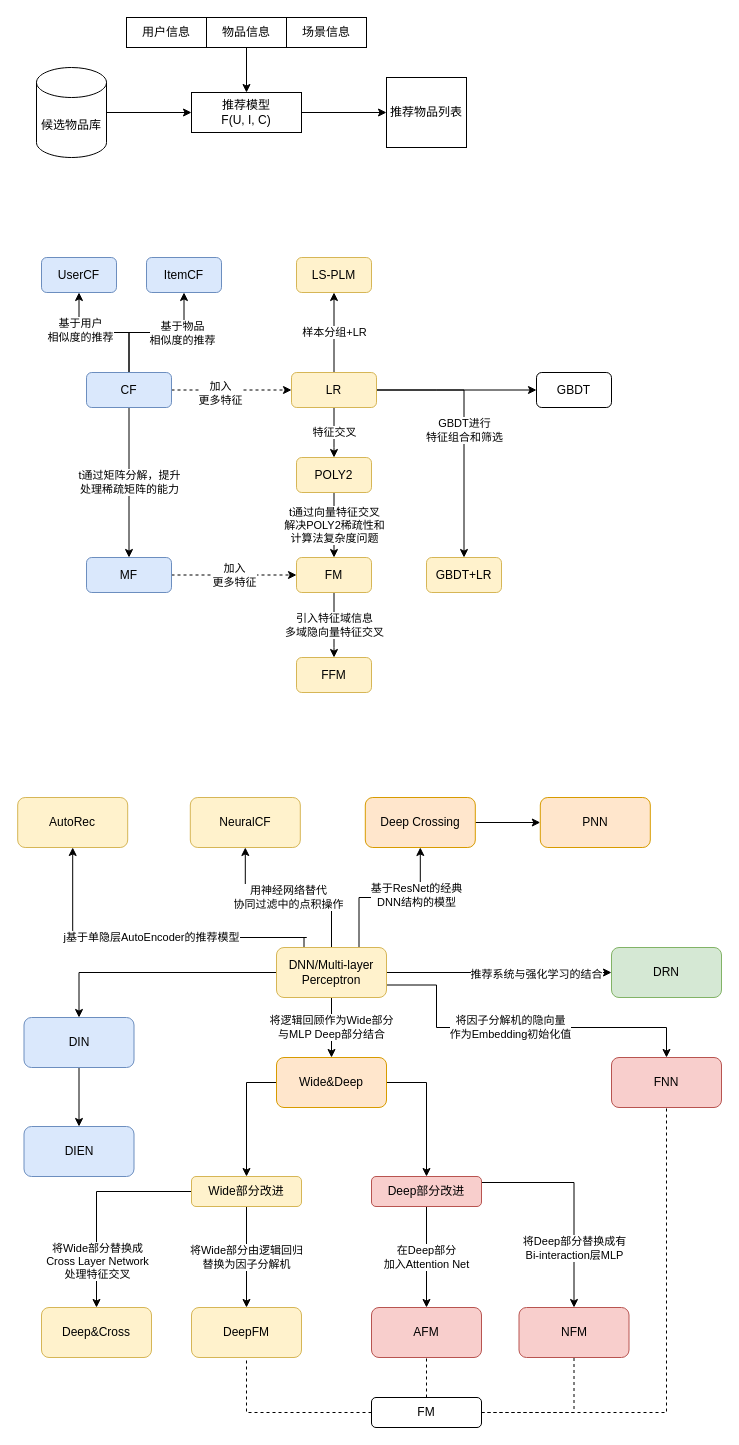
Before: Reco/xmind/deep-recommend.drawio in onlyonion/melon, a draw.io diagram. Source tidied: cells renumbered, new cells numbered last; positions are measured from the earlier drawing's top-left corner, leaving out a move shared by most shapes. Both pictures are drawn from the tidied source at 100%, with x=0, y=0 at pixel (17, 17).
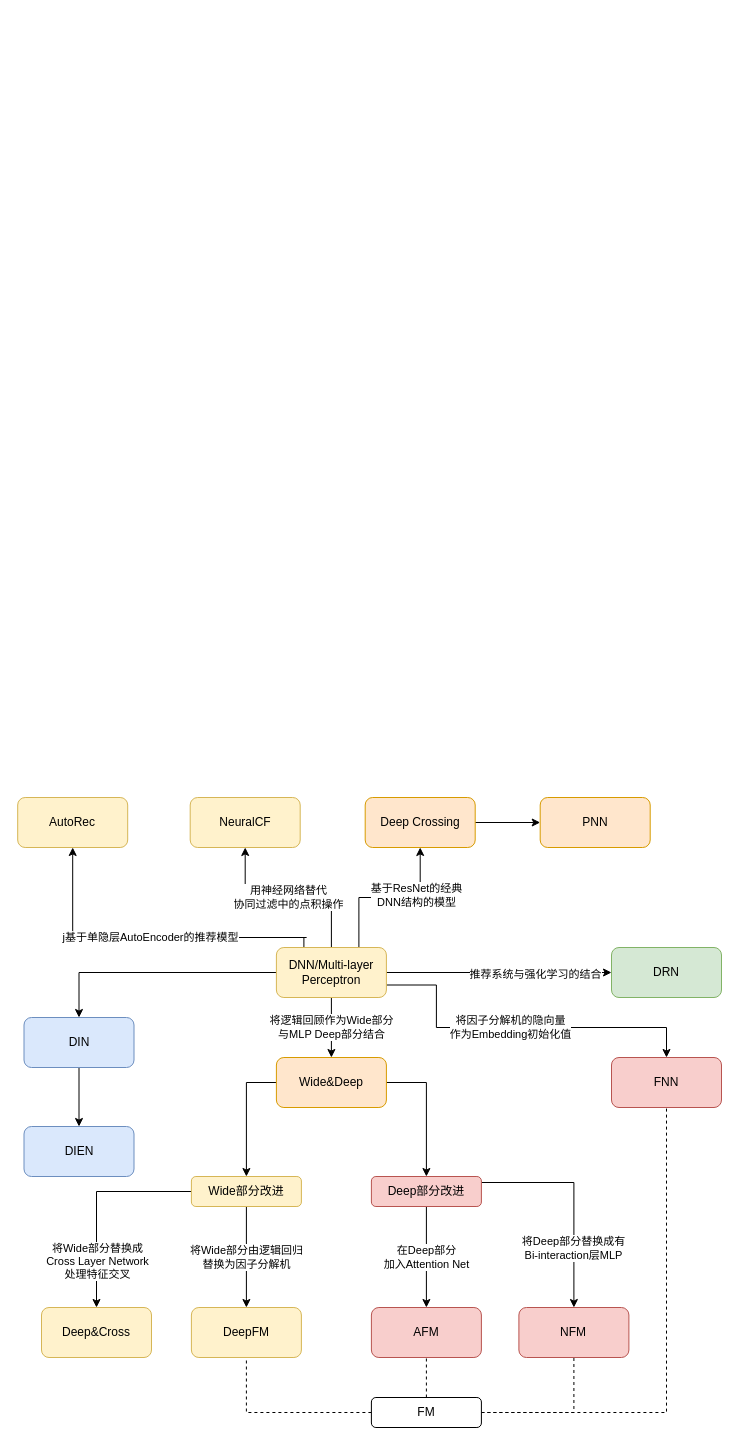
After the change.

The change refers to these unchanged cells:
```xml
<mxCell id="47" value="AutoRec" style="rounded=1;whiteSpace=wrap;html=1;fillColor=#fff2cc;strokeColor=#d6b656;" parent="1" vertex="1">
  <mxGeometry x="0.2" y="780" width="110" height="50" as="geometry" />
</mxCell>
<mxCell id="66" value="FNN" style="rounded=1;whiteSpace=wrap;html=1;fillColor=#f8cecc;strokeColor=#b85450;" parent="1" vertex="1">
  <mxGeometry x="594" y="1040" width="110" height="50" as="geometry" />
</mxCell>
```

Change to the diagram source:
```diff
@@
-    <mxCell id="2" value="用户信息" style="rounded=0;whiteSpace=wrap;html=1;" parent="1" vertex="1">
-      <mxGeometry x="109" width="80" height="30" as="geometry" />
-    </mxCell>
-    <mxCell id="3" style="edgeStyle=orthogonalEdgeStyle;rounded=0;jettySize=auto;html=1;entryX=0.5;entryY=0;entryDx=0;entryDy=0;" parent="1" edge="1" source="4" target="7">
-      <mxGeometry relative="1" as="geometry" />
-    </mxCell>
-    <mxCell id="4" value="物品信息" style="rounded=0;whiteSpace=wrap;html=1;" parent="1" vertex="1">
-      <mxGeometry x="189" width="80" height="30" as="geometry" />
-    </mxCell>
-    <mxCell id="5" value="场景信息" style="rounded=0;whiteSpace=wrap;html=1;" parent="1" vertex="1">
-      <mxGeometry x="269" width="80" height="30" as="geometry" />
-    </mxCell>
-    <mxCell id="6" style="edgeStyle=orthogonalEdgeStyle;rounded=0;jettySize=auto;html=1;entryX=0;entryY=0.5;entryDx=0;entryDy=0;" parent="1" edge="1" source="7" target="10">
-      <mxGeometry relative="1" as="geometry" />
-    </mxCell>
-    <mxCell id="7" value="推荐模型&lt;br&gt;F(U, I, C)" style="rounded=0;whiteSpace=wrap;html=1;" parent="1" vertex="1">
-      <mxGeometry x="174" y="75" width="110" height="40" as="geometry" />
-    </mxCell>
-    <mxCell id="8" style="edgeStyle=orthogonalEdgeStyle;rounded=0;jettySize=auto;html=1;entryX=0;entryY=0.5;entryDx=0;entryDy=0;" parent="1" edge="1" source="9" target="7">
-      <mxGeometry relative="1" as="geometry" />
-    </mxCell>
-    <mxCell id="9" value="候选物品库" style="shape=cylinder3;whiteSpace=wrap;html=1;boundedLbl=1;backgroundOutline=1;size=15;" parent="1" vertex="1">
-      <mxGeometry x="19" y="50" width="70" height="90" as="geometry" />
-    </mxCell>
-    <mxCell id="10" value="推荐物品列表" style="rounded=0;whiteSpace=wrap;html=1;" parent="1" vertex="1">
-      <mxGeometry x="369" y="60" width="80" height="70" as="geometry" />
-    </mxCell>
-    <mxCell id="11" style="edgeStyle=orthogonalEdgeStyle;rounded=0;jettySize=auto;html=1;entryX=0.5;entryY=1;entryDx=0;entryDy=0;" parent="1" edge="1" source="18" target="19">
-      <mxGeometry relative="1" as="geometry" />
-    </mxCell>
-    <mxCell id="12" value="基于用户&lt;br&gt;相似度的推荐" style="edgeLabel;html=1;align=center;verticalAlign=middle;" parent="11" vertex="1">
-      <mxGeometry x="0.37" y="-3" relative="1" as="geometry" />
-    </mxCell>
-    <mxCell id="13" style="edgeStyle=orthogonalEdgeStyle;rounded=0;jettySize=auto;html=1;entryX=0.5;entryY=1;entryDx=0;entryDy=0;" parent="1" edge="1" source="18" target="20">
-      <mxGeometry relative="1" as="geometry" />
-    </mxCell>
-    <mxCell id="14" value="基于物品&lt;br&gt;相似度的推荐" style="edgeLabel;html=1;align=center;verticalAlign=middle;" parent="13" vertex="1">
-      <mxGeometry x="0.4" y="2" relative="1" as="geometry" />
-    </mxCell>
-    <mxCell id="15" value="t通过矩阵分解，提升&lt;br&gt;处理稀疏矩阵的能力" style="edgeStyle=orthogonalEdgeStyle;rounded=0;jettySize=auto;html=1;entryX=0.5;entryY=0;entryDx=0;entryDy=0;" parent="1" edge="1" source="18" target="22">
-      <mxGeometry relative="1" as="geometry">
-        <Array as="points">
-          <mxPoint x="112" y="390" />
-          <mxPoint x="112" y="390" />
-        </Array>
-      </mxGeometry>
-    </mxCell>
-    <mxCell id="16" style="edgeStyle=orthogonalEdgeStyle;rounded=0;jettySize=auto;html=1;entryX=0;entryY=0.5;entryDx=0;entryDy=0;dashed=1;" parent="1" edge="1" source="18" target="27">
-      <mxGeometry relative="1" as="geometry" />
-    </mxCell>
-    <mxCell id="17" value="加入&lt;br&gt;更多特征" style="edgeLabel;html=1;align=center;verticalAlign=middle;" parent="16" vertex="1">
-      <mxGeometry x="-0.2" y="-2" relative="1" as="geometry">
-        <mxPoint y="1" as="offset" />
-      </mxGeometry>
-    </mxCell>
-    <mxCell id="18" value="CF" style="rounded=1;whiteSpace=wrap;html=1;flipH=1;fillColor=#dae8fc;strokeColor=#6c8ebf;" parent="1" vertex="1">
-      <mxGeometry x="69" y="355" width="85" height="35" as="geometry" />
-    </mxCell>
-    <mxCell id="19" value="UserCF" style="rounded=1;whiteSpace=wrap;html=1;fillColor=#dae8fc;strokeColor=#6c8ebf;" parent="1" vertex="1">
-      <mxGeometry x="24" y="240" width="75" height="35" as="geometry" />
-    </mxCell>
-    <mxCell id="20" value="ItemCF" style="rounded=1;whiteSpace=wrap;html=1;fillColor=#dae8fc;strokeColor=#6c8ebf;" parent="1" vertex="1">
-      <mxGeometry x="129" y="240" width="75" height="35" as="geometry" />
-    </mxCell>
-    <mxCell id="21" value="加入&lt;br&gt;更多特征" style="edgeStyle=orthogonalEdgeStyle;rounded=0;jettySize=auto;html=1;entryX=0;entryY=0.5;entryDx=0;entryDy=0;dashed=1;" parent="1" edge="1" source="22" target="32">
-      <mxGeometry relative="1" as="geometry" />
-    </mxCell>
-    <mxCell id="22" value="MF" style="rounded=1;whiteSpace=wrap;html=1;fillColor=#dae8fc;strokeColor=#6c8ebf;" parent="1" vertex="1">
-      <mxGeometry x="69" y="540" width="85" height="35" as="geometry" />
-    </mxCell>
-    <mxCell id="23" value="样本分组+LR" style="edgeStyle=orthogonalEdgeStyle;rounded=0;jettySize=auto;html=1;entryX=0.5;entryY=1;entryDx=0;entryDy=0;" parent="1" edge="1" source="27" target="28">
-      <mxGeometry relative="1" as="geometry" />
-    </mxCell>
-    <mxCell id="24" value="特征交叉" style="edgeStyle=orthogonalEdgeStyle;rounded=0;jettySize=auto;html=1;entryX=0.5;entryY=0;entryDx=0;entryDy=0;" parent="1" edge="1" source="27" target="30">
-      <mxGeometry relative="1" as="geometry">
-        <Array as="points">
-          <mxPoint x="317" y="430" />
-          <mxPoint x="317" y="430" />
-        </Array>
-      </mxGeometry>
-    </mxCell>
-    <mxCell id="25" style="edgeStyle=orthogonalEdgeStyle;rounded=0;jettySize=auto;html=1;entryX=0;entryY=0.5;entryDx=0;entryDy=0;exitX=1;exitY=0.5;exitDx=0;exitDy=0;" parent="1" edge="1" source="27" target="35">
-      <mxGeometry relative="1" as="geometry">
-        <Array as="points">
-          <mxPoint x="419" y="373" />
-          <mxPoint x="419" y="373" />
-        </Array>
-      </mxGeometry>
-    </mxCell>
-    <mxCell id="26" value="GBDT进行&lt;br&gt;特征组合和筛选" style="edgeStyle=orthogonalEdgeStyle;rounded=0;jettySize=auto;html=1;entryX=0.5;entryY=0;entryDx=0;entryDy=0;" parent="1" edge="1" source="27" target="34">
-      <mxGeometry relative="1" as="geometry" />
-    </mxCell>
-    <mxCell id="27" value="LR" style="rounded=1;whiteSpace=wrap;html=1;fillColor=#fff2cc;strokeColor=#d6b656;" parent="1" vertex="1">
-      <mxGeometry x="274" y="355" width="85" height="35" as="geometry" />
-    </mxCell>
-    <mxCell id="28" value="LS-PLM" style="rounded=1;whiteSpace=wrap;html=1;fillColor=#fff2cc;strokeColor=#d6b656;" parent="1" vertex="1">
-      <mxGeometry x="279" y="240" width="75" height="35" as="geometry" />
-    </mxCell>
-    <mxCell id="29" value="t通过向量特征交叉&lt;br&gt;解决POLY2稀疏性和&lt;br&gt;计算法复杂度问题" style="edgeStyle=orthogonalEdgeStyle;rounded=0;jettySize=auto;html=1;" parent="1" edge="1" source="30" target="32">
-      <mxGeometry relative="1" as="geometry" />
-    </mxCell>
-    <mxCell id="30" value="POLY2" style="rounded=1;whiteSpace=wrap;html=1;fillColor=#fff2cc;strokeColor=#d6b656;" parent="1" vertex="1">
-      <mxGeometry x="279" y="440" width="75" height="35" as="geometry" />
-    </mxCell>
-    <mxCell id="31" value="引入特征域信息&lt;br&gt;多域隐向量特征交叉" style="edgeStyle=orthogonalEdgeStyle;rounded=0;jettySize=auto;html=1;" parent="1" edge="1" source="32" target="33">
-      <mxGeometry relative="1" as="geometry">
-        <Array as="points">
-          <mxPoint x="317" y="630" />
-          <mxPoint x="317" y="630" />
-        </Array>
-      </mxGeometry>
-    </mxCell>
-    <mxCell id="32" value="FM" style="rounded=1;whiteSpace=wrap;html=1;fillColor=#fff2cc;strokeColor=#d6b656;" parent="1" vertex="1">
-      <mxGeometry x="279" y="540" width="75" height="35" as="geometry" />
-    </mxCell>
-    <mxCell id="33" value="FFM&lt;br&gt;" style="rounded=1;whiteSpace=wrap;html=1;fillColor=#fff2cc;strokeColor=#d6b656;" parent="1" vertex="1">
-      <mxGeometry x="279" y="640" width="75" height="35" as="geometry" />
-    </mxCell>
-    <mxCell id="34" value="GBDT+LR" style="rounded=1;whiteSpace=wrap;html=1;fillColor=#fff2cc;strokeColor=#d6b656;" parent="1" vertex="1">
-      <mxGeometry x="409" y="540" width="75" height="35" as="geometry" />
-    </mxCell>
-    <mxCell id="35" value="GBDT" style="rounded=1;whiteSpace=wrap;html=1;" parent="1" vertex="1">
-      <mxGeometry x="519" y="355" width="75" height="35" as="geometry" />
-    </mxCell>
     <mxCell id="36" value="j基于单隐层AutoEncoder的推荐模型" style="edgeStyle=orthogonalEdgeStyle;rounded=0;jettySize=auto;html=1;entryX=0.5;entryY=1;entryDx=0;entryDy=0;exitX=0.25;exitY=0;exitDx=0;exitDy=0;" parent="1" edge="1" source="46" target="47">
       <mxGeometry relative="1" as="geometry">
         <Array as="points">
-          <mxPoint x="289" y="920" />
+          <mxPoint x="288.9" y="920" />
           <mxPoint x="62" y="920" />
         </Array>
       </mxGeometry>
     </mxCell>
@@
     <mxCell id="44" style="edgeStyle=orthogonalEdgeStyle;rounded=0;jettySize=auto;html=1;entryX=0.5;entryY=0;entryDx=0;entryDy=0;endArrow=classic;endFill=1;exitX=1;exitY=0.75;exitDx=0;exitDy=0;" parent="1" edge="1" source="46" target="66">
       <mxGeometry relative="1" as="geometry">
         <Array as="points">
-          <mxPoint x="419" y="968" />
-          <mxPoint x="419" y="1010" />
+          <mxPoint x="418.9" y="968" />
+          <mxPoint x="418.9" y="1010" />
           <mxPoint x="649" y="1010" />
         </Array>
       </mxGeometry>
     </mxCell>
@@
     <mxCell id="46" value="DNN/Multi-layer Perceptron" style="rounded=1;whiteSpace=wrap;html=1;fillColor=#fff2cc;strokeColor=#d6b656;" parent="1" vertex="1">
-      <mxGeometry x="259" y="930" width="110" height="50" as="geometry" />
+      <mxGeometry x="258.9" y="930" width="110" height="50" as="geometry" />
     </mxCell>
@@
     <mxCell id="48" value="NeuralCF" style="rounded=1;whiteSpace=wrap;html=1;fillColor=#fff2cc;strokeColor=#d6b656;" parent="1" vertex="1">
-      <mxGeometry x="172.8" y="780" width="110" height="50" as="geometry" />
+      <mxGeometry x="172.7" y="780" width="110" height="50" as="geometry" />
     </mxCell>
@@
     <mxCell id="50" value="Deep Crossing" style="rounded=1;whiteSpace=wrap;html=1;fillColor=#ffe6cc;strokeColor=#d79b00;" parent="1" vertex="1">
-      <mxGeometry x="347.8" y="780" width="110" height="50" as="geometry" />
+      <mxGeometry x="347.7" y="780" width="110" height="50" as="geometry" />
     </mxCell>
     <mxCell id="51" value="PNN" style="rounded=1;whiteSpace=wrap;html=1;fillColor=#ffe6cc;strokeColor=#d79b00;" parent="1" vertex="1">
-      <mxGeometry x="522.8" y="780" width="110" height="50" as="geometry" />
+      <mxGeometry x="522.7" y="780" width="110" height="50" as="geometry" />
     </mxCell>
@@
     <mxCell id="55" value="Wide&amp;amp;Deep" style="rounded=1;whiteSpace=wrap;html=1;fillColor=#ffe6cc;strokeColor=#d79b00;" parent="1" vertex="1">
-      <mxGeometry x="259" y="1040" width="110" height="50" as="geometry" />
+      <mxGeometry x="258.9" y="1040" width="110" height="50" as="geometry" />
     </mxCell>
@@
     <mxCell id="62" value="Wide部分改进" style="rounded=1;whiteSpace=wrap;html=1;fillColor=#fff2cc;strokeColor=#d6b656;" parent="1" vertex="1">
-      <mxGeometry x="174" y="1159" width="110" height="30" as="geometry" />
+      <mxGeometry x="173.9" y="1159" width="110" height="30" as="geometry" />
     </mxCell>
@@
     <mxCell id="65" value="Deep部分改进" style="rounded=1;whiteSpace=wrap;html=1;fillColor=#f8cecc;strokeColor=#b85450;" parent="1" vertex="1">
-      <mxGeometry x="354" y="1159" width="110" height="30" as="geometry" />
+      <mxGeometry x="353.9" y="1159" width="110" height="30" as="geometry" />
     </mxCell>
@@
     <mxCell id="68" value="DeepFM" style="rounded=1;whiteSpace=wrap;html=1;fillColor=#fff2cc;strokeColor=#d6b656;" parent="1" vertex="1">
-      <mxGeometry x="174" y="1290" width="110" height="50" as="geometry" />
+      <mxGeometry x="173.9" y="1290" width="110" height="50" as="geometry" />
     </mxCell>
     <mxCell id="69" value="AFM" style="rounded=1;whiteSpace=wrap;html=1;fillColor=#f8cecc;strokeColor=#b85450;" parent="1" vertex="1">
-      <mxGeometry x="354" y="1290" width="110" height="50" as="geometry" />
+      <mxGeometry x="353.9" y="1290" width="110" height="50" as="geometry" />
     </mxCell>
     <mxCell id="70" value="NFM" style="rounded=1;whiteSpace=wrap;html=1;fillColor=#f8cecc;strokeColor=#b85450;" parent="1" vertex="1">
-      <mxGeometry x="501.5" y="1290" width="110" height="50" as="geometry" />
+      <mxGeometry x="501.4" y="1290" width="110" height="50" as="geometry" />
     </mxCell>
@@
     <mxCell id="75" value="FM" style="rounded=1;whiteSpace=wrap;html=1;" parent="1" vertex="1">
-      <mxGeometry x="354" y="1380" width="110" height="30" as="geometry" />
+      <mxGeometry x="353.9" y="1380" width="110" height="30" as="geometry" />
     </mxCell>
```
